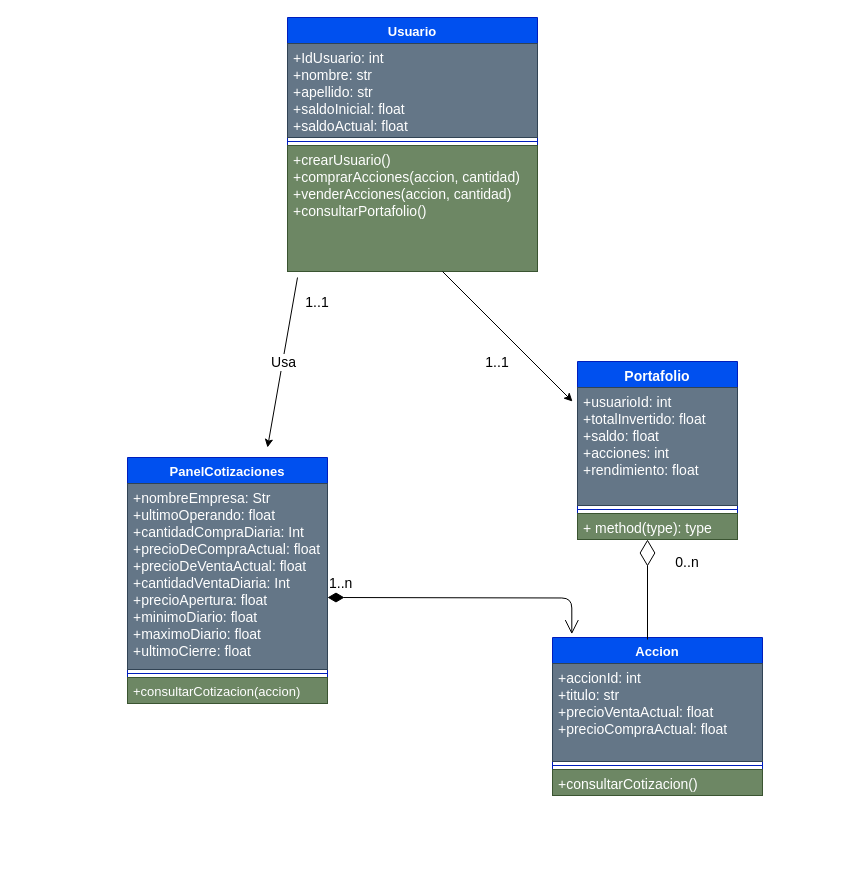
This is programacion/DiagramaDeClases.drawio from ispc-team-13/argBrokerDemo, a draw.io file, before an edit. Source tidied: cells renumbered, new cells numbered last; positions are measured from the earlier drawing's top-left corner, leaving out a move shared by most shapes. Both pictures are drawn from the tidied source at 100%, with x=0, y=0 at pixel (127, 17).
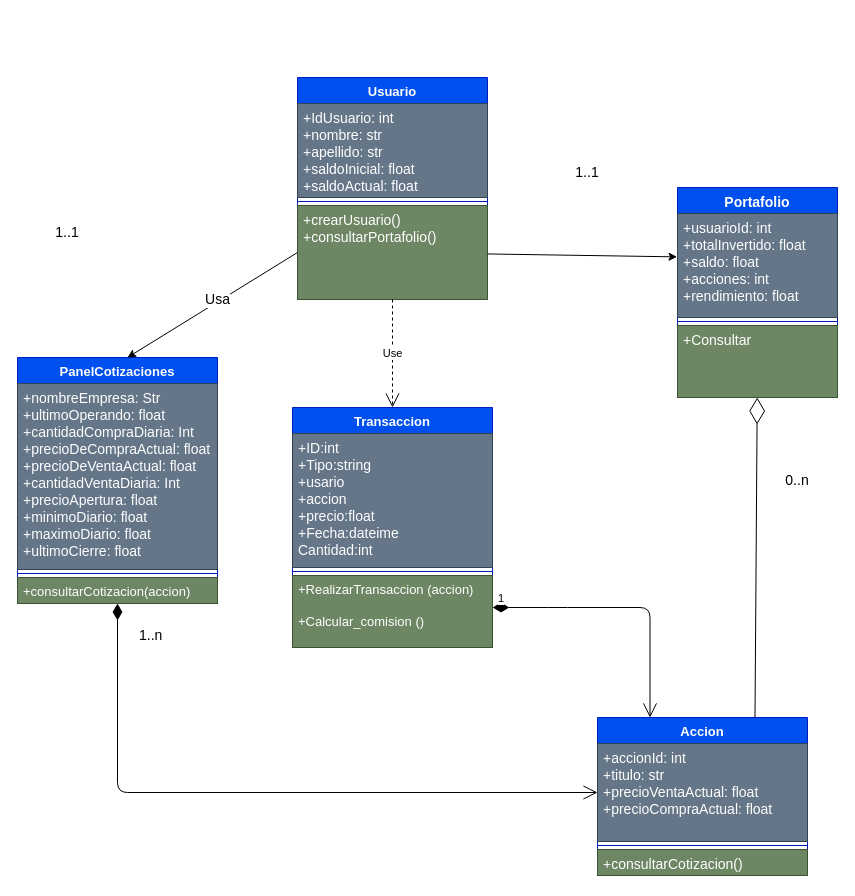
The same diagram, later.

Commit message:
tabla transaccion

Unchanged cells that the change refers to:
```xml
<mxCell id="3" value="+accionId: int&#10;+titulo: str&#10;+precioVentaActual: float&#10;+precioCompraActual: float" style="text;strokeColor=#314354;fillColor=#647687;align=left;verticalAlign=top;spacingLeft=4;spacingRight=4;overflow=hidden;points=[[0,0.5],[1,0.5]];portConstraint=eastwest;fontColor=#ffffff;fontSize=14;" parent="2" vertex="1">
  <mxGeometry y="26" width="210" height="98" as="geometry" />
</mxCell>
```

The edit, as a diff of the source:
```diff
@@
     <mxCell id="2" value="Accion" style="swimlane;fontStyle=1;align=center;verticalAlign=top;horizontal=1;startSize=26;fillColor=#0050ef;fontColor=#ffffff;strokeColor=#001DBC;fontSize=13;" parent="1" vertex="1">
-      <mxGeometry x="425" y="620" width="210" height="158" as="geometry" />
+      <mxGeometry x="470" y="700" width="210" height="158" as="geometry" />
     </mxCell>
@@
     <mxCell id="6" value="Usuario" style="swimlane;fontStyle=1;align=center;verticalAlign=top;horizontal=1;startSize=26;fillColor=#0050ef;fontColor=#ffffff;strokeColor=#001DBC;fontSize=13;" parent="1" vertex="1">
-      <mxGeometry x="160" width="250" height="254" as="geometry" />
+      <mxGeometry x="170" y="60" width="190" height="222" as="geometry" />
     </mxCell>
     <mxCell id="7" value="+IdUsuario: int&#10;+nombre: str&#10;+apellido: str&#10;+saldoInicial: float&#10;+saldoActual: float" style="text;align=left;verticalAlign=top;spacingLeft=4;spacingRight=4;overflow=hidden;strokeWidth=1;fontSize=14;fillColor=#647687;fontColor=#ffffff;strokeColor=#314354;" parent="6" vertex="1">
-      <mxGeometry y="26" width="250" height="94" as="geometry" />
+      <mxGeometry y="26" width="190" height="94" as="geometry" />
     </mxCell>
     <mxCell id="8" style="line;strokeWidth=1;fillColor=none;align=left;verticalAlign=middle;spacingTop=-1;spacingLeft=3;spacingRight=3;labelPosition=right;strokeColor=inherit;" parent="6" vertex="1">
-      <mxGeometry y="120" width="250" height="8" as="geometry" />
+      <mxGeometry y="120" width="190" height="8" as="geometry" />
     </mxCell>
-    <mxCell id="9" value="+crearUsuario()&#10;+comprarAcciones(accion, cantidad)&#10;+venderAcciones(accion, cantidad)&#10;+consultarPortafolio()" style="text;align=left;verticalAlign=top;spacingLeft=4;spacingRight=4;overflow=hidden;points=[[0,0.5],[1,0.5]];portConstraint=eastwest;fontSize=14;fillColor=#6d8764;fontColor=#ffffff;strokeColor=#3A5431;" parent="6" vertex="1">
-      <mxGeometry y="128" width="250" height="126" as="geometry" />
+    <mxCell id="9" value="+crearUsuario()&#10;+consultarPortafolio()" style="text;align=left;verticalAlign=top;spacingLeft=4;spacingRight=4;overflow=hidden;points=[[0,0.5],[1,0.5]];portConstraint=eastwest;fontSize=14;fillColor=#6d8764;fontColor=#ffffff;strokeColor=#3A5431;" parent="6" vertex="1">
+      <mxGeometry y="128" width="190" height="94" as="geometry" />
     </mxCell>
     <mxCell id="10" value="Portafolio" style="swimlane;fontStyle=1;align=center;verticalAlign=top;horizontal=1;startSize=26;strokeWidth=1;fontSize=14;fillColor=#0050ef;fontColor=#ffffff;strokeColor=#001DBC;" parent="1" vertex="1">
-      <mxGeometry x="450" y="344" width="160" height="178" as="geometry" />
+      <mxGeometry x="550" y="170" width="160" height="210" as="geometry" />
     </mxCell>
     <mxCell id="11" value="+usuarioId: int&#10;+totalInvertido: float&#10;+saldo: float&#10;+acciones: int&#10;+rendimiento: float&#10;" style="text;strokeColor=#314354;fillColor=#647687;align=left;verticalAlign=top;spacingLeft=4;spacingRight=4;overflow=hidden;points=[[0,0.5],[1,0.5]];portConstraint=eastwest;strokeWidth=1;fontSize=14;fontColor=#ffffff;" parent="10" vertex="1">
-      <mxGeometry y="26" width="160" height="118" as="geometry" />
+      <mxGeometry y="26" width="160" height="104" as="geometry" />
     </mxCell>
     <mxCell id="12" style="line;strokeWidth=1;fillColor=none;align=left;verticalAlign=middle;spacingTop=-1;spacingLeft=3;spacingRight=3;labelPosition=right;strokeColor=inherit;fontSize=14;" parent="10" vertex="1">
-      <mxGeometry y="144" width="160" height="8" as="geometry" />
+      <mxGeometry y="130" width="160" height="8" as="geometry" />
     </mxCell>
-    <mxCell id="13" value="+ method(type): type" style="text;strokeColor=#3A5431;fillColor=#6d8764;align=left;verticalAlign=top;spacingLeft=4;spacingRight=4;overflow=hidden;points=[[0,0.5],[1,0.5]];portConstraint=eastwest;strokeWidth=1;fontSize=14;fontColor=#ffffff;" parent="10" vertex="1">
-      <mxGeometry y="152" width="160" height="26" as="geometry" />
+    <mxCell id="13" value="+Consultar" style="text;strokeColor=#3A5431;fillColor=#6d8764;align=left;verticalAlign=top;spacingLeft=4;spacingRight=4;overflow=hidden;points=[[0,0.5],[1,0.5]];portConstraint=eastwest;strokeWidth=1;fontSize=14;fontColor=#ffffff;" parent="10" vertex="1">
+      <mxGeometry y="138" width="160" height="72" as="geometry" />
     </mxCell>
-    <mxCell id="14" style="endArrow=classic;html=1;fontSize=14;" parent="1" edge="1">
-      <mxGeometry relative="1" as="geometry">
-        <mxPoint x="315" y="254" as="sourcePoint" />
-        <mxPoint x="445" y="384" as="targetPoint" />
-      </mxGeometry>
+    <mxCell id="14" style="endArrow=classic;html=1;fontSize=14;entryX=-0.003;entryY=0.417;entryDx=0;entryDy=0;entryPerimeter=0;" parent="1" edge="1" source="9" target="11">
+      <mxGeometry relative="1" as="geometry" />
     </mxCell>
     <mxCell id="15" value="1..1" style="text;html=1;strokeColor=none;fillColor=none;align=center;verticalAlign=middle;whiteSpace=wrap;rounded=0;strokeWidth=1;fontSize=14;" parent="1" vertex="1">
-      <mxGeometry x="340" y="330" width="60" height="30" as="geometry" />
+      <mxGeometry x="430" y="140" width="60" height="30" as="geometry" />
     </mxCell>
     <mxCell id="16" value="PanelCotizaciones" style="swimlane;fontStyle=1;align=center;verticalAlign=top;horizontal=1;startSize=26;strokeWidth=1;fontSize=13;fillColor=#0050ef;fontColor=#ffffff;strokeColor=#001DBC;" parent="1" vertex="1">
-      <mxGeometry y="440" width="200" height="246" as="geometry" />
+      <mxGeometry x="-110" y="340" width="200" height="246" as="geometry" />
     </mxCell>
@@
-    <mxCell id="20" style="endArrow=classic;html=1;fontSize=14;" parent="1" edge="1">
+    <mxCell id="20" style="endArrow=classic;html=1;fontSize=14;exitX=0;exitY=0.5;exitDx=0;exitDy=0;" parent="1" edge="1" source="9">
       <mxGeometry relative="1" as="geometry">
-        <mxPoint x="170" y="260" as="sourcePoint" />
-        <mxPoint x="140" y="430" as="targetPoint" />
+        <mxPoint y="340" as="targetPoint" />
       </mxGeometry>
     </mxCell>
     <mxCell id="21" value="Usa" style="edgeLabel;html=1;align=center;verticalAlign=middle;strokeWidth=1;fontSize=14;" parent="20" vertex="1">
-      <mxGeometry relative="1" as="geometry" />
+      <mxGeometry relative="1" as="geometry">
+        <mxPoint x="5" y="-6" as="offset" />
+      </mxGeometry>
     </mxCell>
-    <mxCell id="22" style="endArrow=diamondThin;endFill=0;endSize=24;html=1;fontSize=14;" parent="1" edge="1">
-      <mxGeometry relative="1" as="geometry">
-        <mxPoint x="520" y="622" as="sourcePoint" />
-        <mxPoint x="520" y="522" as="targetPoint" />
-      </mxGeometry>
+    <mxCell id="22" style="endArrow=diamondThin;endFill=0;endSize=24;html=1;fontSize=14;exitX=0.75;exitY=0;exitDx=0;exitDy=0;" parent="1" edge="1" source="2" target="13">
+      <mxGeometry relative="1" as="geometry" />
     </mxCell>
     <mxCell id="23" value="0..n" style="text;html=1;strokeColor=none;fillColor=none;align=center;verticalAlign=middle;whiteSpace=wrap;rounded=0;fontSize=14;" parent="1" vertex="1">
-      <mxGeometry x="530" y="530" width="60" height="30" as="geometry" />
+      <mxGeometry x="640" y="448" width="60" height="30" as="geometry" />
     </mxCell>
     <mxCell id="24" value="1..1" style="text;html=1;strokeColor=none;fillColor=none;align=center;verticalAlign=middle;whiteSpace=wrap;rounded=0;fontSize=14;" parent="1" vertex="1">
-      <mxGeometry x="160" y="270" width="60" height="30" as="geometry" />
+      <mxGeometry x="-90" y="200" width="60" height="30" as="geometry" />
     </mxCell>
-    <mxCell id="25" value="1..n" style="endArrow=open;html=1;endSize=12;startArrow=diamondThin;startSize=14;startFill=1;edgeStyle=orthogonalEdgeStyle;align=left;verticalAlign=bottom;fontSize=14;entryX=0.092;entryY=-0.021;entryDx=0;entryDy=0;entryPerimeter=0;" parent="1" edge="1" target="2">
-      <mxGeometry x="-1" y="3" relative="1" as="geometry">
-        <mxPoint x="200" y="580" as="sourcePoint" />
+    <mxCell id="25" value="1..n" style="endArrow=open;html=1;endSize=12;startArrow=diamondThin;startSize=14;startFill=1;edgeStyle=orthogonalEdgeStyle;align=left;verticalAlign=bottom;fontSize=14;entryX=0;entryY=0.5;entryDx=0;entryDy=0;exitX=0.5;exitY=1;exitDx=0;exitDy=0;" parent="1" edge="1" source="16" target="3">
+      <mxGeometry x="-0.87" y="20" relative="1" as="geometry">
+        <Array as="points">
+          <mxPoint x="-10" y="775" />
+        </Array>
       </mxGeometry>
     </mxCell>
+    <mxCell id="26" value="Transaccion" style="swimlane;fontStyle=1;align=center;verticalAlign=top;horizontal=1;startSize=26;strokeWidth=1;fontSize=13;fillColor=#0050ef;fontColor=#ffffff;strokeColor=#001DBC;" parent="1" vertex="1">
+      <mxGeometry x="165" y="390" width="200" height="240" as="geometry" />
+    </mxCell>
+    <mxCell id="27" value="+ID:int&#10;+Tipo:string&#10;+usario&#10;+accion&#10;+precio:float&#10;+Fecha:dateime&#10;Cantidad:int" style="text;strokeColor=#314354;fillColor=#647687;align=left;verticalAlign=top;spacingLeft=4;spacingRight=4;overflow=hidden;strokeWidth=1;fontSize=14;fontColor=#ffffff;" parent="26" vertex="1">
+      <mxGeometry y="26" width="200" height="134" as="geometry" />
+    </mxCell>
+    <mxCell id="28" style="line;strokeWidth=1;fillColor=none;align=left;verticalAlign=middle;spacingTop=-1;spacingLeft=3;spacingRight=3;labelPosition=right;strokeColor=inherit;fontSize=13;" parent="26" vertex="1">
+      <mxGeometry y="160" width="200" height="8" as="geometry" />
+    </mxCell>
+    <mxCell id="29" value="+RealizarTransaccion (accion)&#10;&#10;+Calcular_comision ()" style="text;strokeColor=#3A5431;fillColor=#6d8764;align=left;verticalAlign=top;spacingLeft=4;spacingRight=4;overflow=hidden;points=[[0,0.5],[1,0.5]];portConstraint=eastwest;strokeWidth=1;fontSize=13;fontColor=#ffffff;" parent="26" vertex="1">
+      <mxGeometry y="168" width="200" height="72" as="geometry" />
+    </mxCell>
+    <mxCell id="30" value="1" style="endArrow=open;html=1;endSize=12;startArrow=diamondThin;startSize=14;startFill=1;edgeStyle=orthogonalEdgeStyle;align=left;verticalAlign=bottom;entryX=0.25;entryY=0;entryDx=0;entryDy=0;" parent="1" edge="1" source="29" target="2">
+      <mxGeometry x="-0.82" y="-20" relative="1" as="geometry">
+        <Array as="points">
+          <mxPoint x="430" y="590" />
+          <mxPoint x="523" y="590" />
+        </Array>
+        <mxPoint x="-20" y="-20" as="offset" />
+      </mxGeometry>
+    </mxCell>
+    <mxCell id="31" value="Use" style="endArrow=open;endSize=12;dashed=1;html=1;exitX=0.5;exitY=1;exitDx=0;exitDy=0;entryX=0.5;entryY=0;entryDx=0;entryDy=0;" parent="1" edge="1" source="6" target="26">
+      <mxGeometry relative="1" as="geometry" />
+    </mxCell>
```
